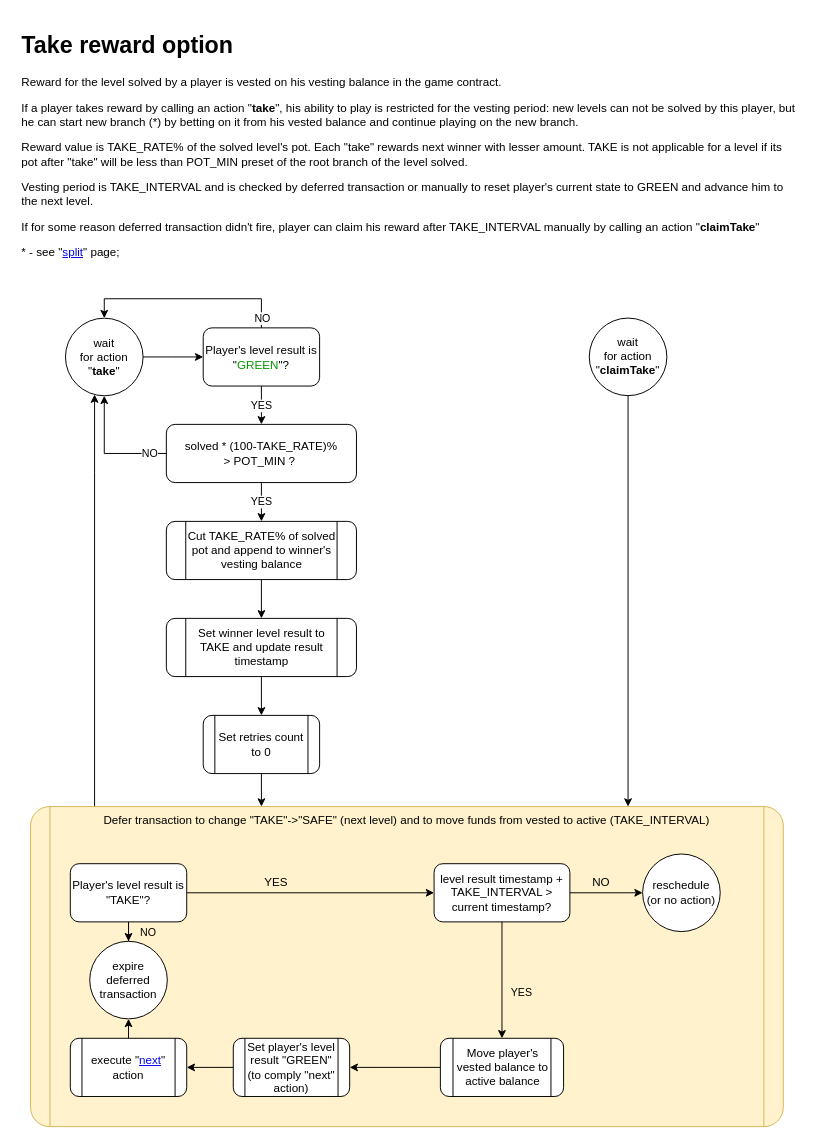
cptn-solo/woffler_contract keeps this draw.io diagram as page "take" (7 of 14) of ia/WOFFLER IA.drawio. Above is the earlier version. Source tidied: cells renumbered, new cells numbered last; positions are measured from the earlier drawing's top-left corner, leaving out a move shared by most shapes. Both pictures are drawn from the tidied source at 97%, with x=0, y=0 at pixel (16, 26).
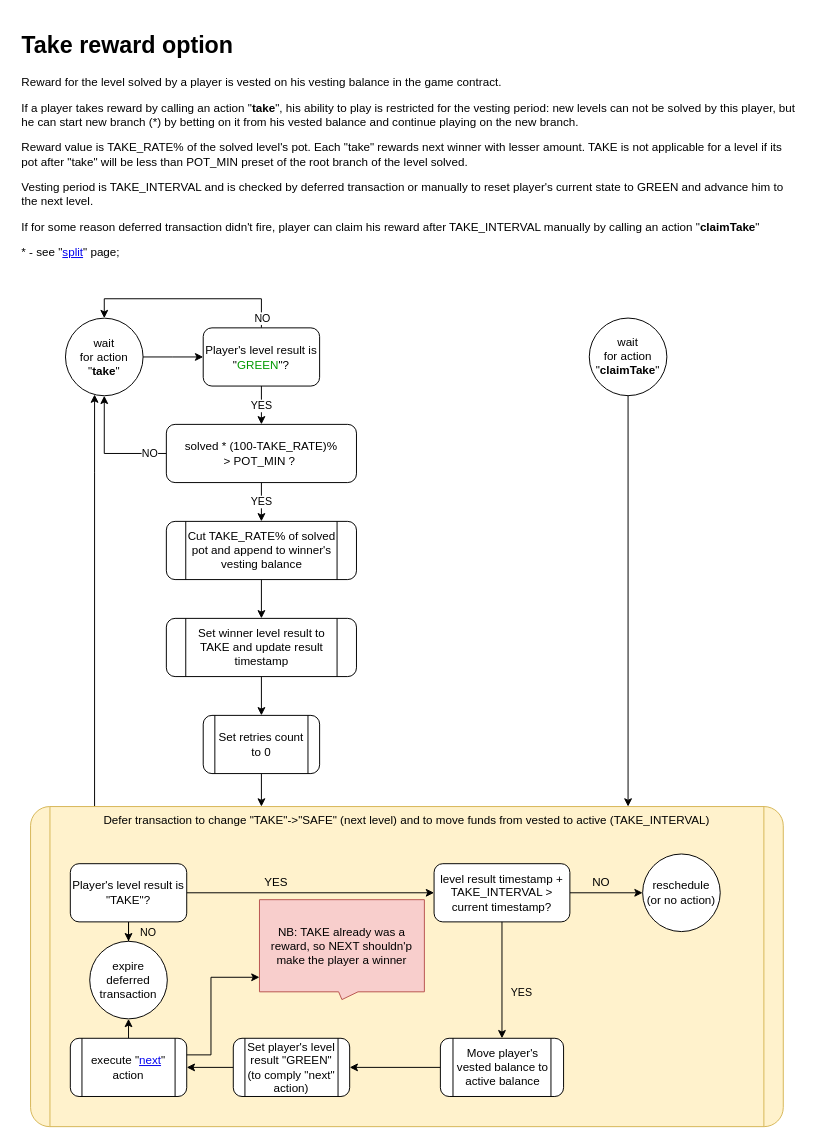
The same diagram, later.

Unchanged cells that the change refers to:
```xml
<mxCell id="32" value="execute &quot;&lt;a href=&quot;data:page/id,PO2idtyygykwMbh8yiFy&quot;&gt;next&lt;/a&gt;&quot; action&lt;br&gt;" style="shape=process;rounded=1;whiteSpace=wrap;html=1;shadow=0;glass=0;strokeColor=#000000;align=center;" parent="1" vertex="1">
  <mxGeometry x="55" y="1042.9" width="120" height="60" as="geometry" />
</mxCell>
```

Change to the diagram source:
```diff
@@
+    <mxCell id="38" value="NB: TAKE already was a reward, so NEXT shouldn'p make the player a winner" style="shape=callout;whiteSpace=wrap;html=1;perimeter=calloutPerimeter;size=8;position=0.48;fillColor=#f8cecc;strokeColor=#b85450;" parent="1" vertex="1">
+      <mxGeometry x="250" y="900" width="170" height="103" as="geometry" />
+    </mxCell>
+    <mxCell id="39" style="edgeStyle=orthogonalEdgeStyle;rounded=0;jettySize=auto;html=1;" parent="1" edge="1" source="32" target="38">
+      <mxGeometry relative="1" as="geometry">
+        <Array as="points">
+          <mxPoint x="200" y="1060" />
+          <mxPoint x="200" y="980" />
+        </Array>
+      </mxGeometry>
+    </mxCell>
```
